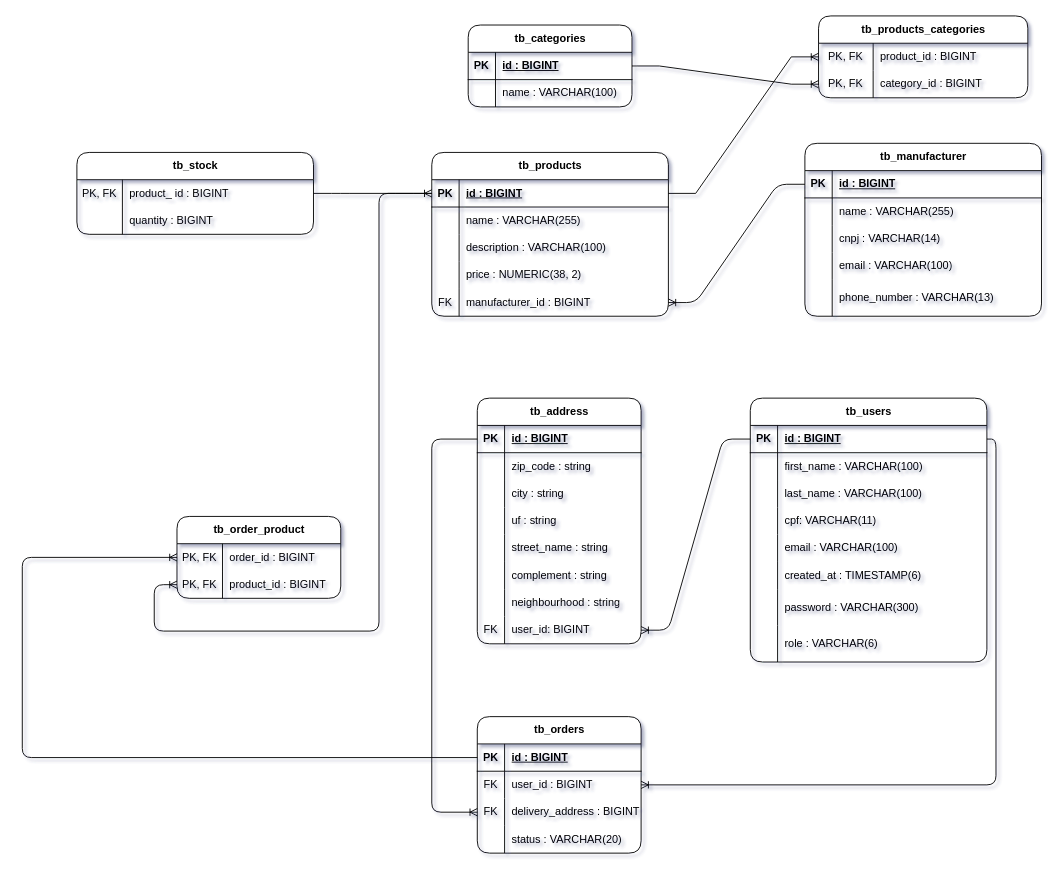
The draw.io diagram MER.drawio in wOL-Lucas/trabalho_jurandir_1, before the edit. Source tidied: cells renumbered, new cells numbered last; positions are measured from the earlier drawing's top-left corner, leaving out a move shared by most shapes. Both pictures are drawn from the tidied source at 91%, with x=0, y=0 at pixel (22, -30).
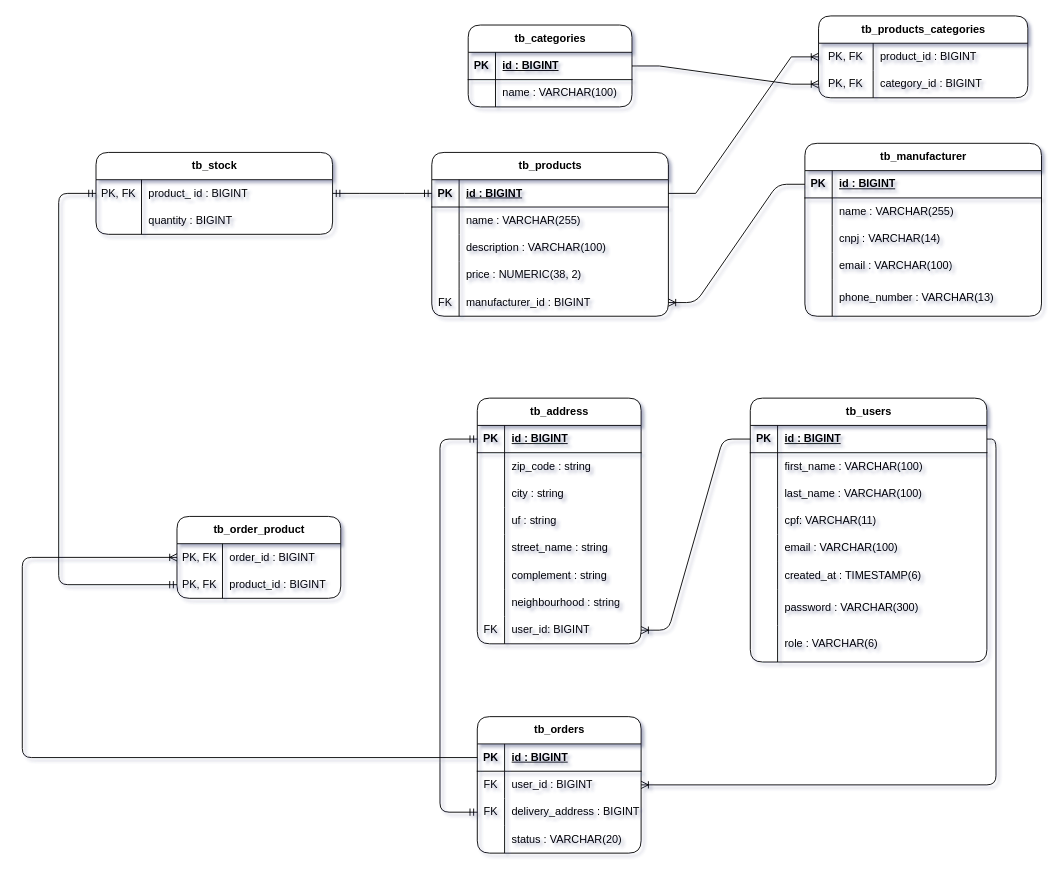
After the change.

Commit message:
fix: changed MER relationships

Unchanged cells that the change refers to:
```xml
<mxCell id="3" style="shape=tableRow;horizontal=0;startSize=0;swimlaneHead=0;swimlaneBody=0;fillColor=none;points=[[0,0.5],[1,0.5]];portConstraint=eastwest;top=0;left=0;right=0;bottom=1;rounded=1;" parent="2" vertex="1">
  <mxGeometry y="30" width="180" height="30" as="geometry" />
</mxCell>
<mxCell id="83" style="shape=tableRow;horizontal=0;startSize=0;swimlaneHead=0;swimlaneBody=0;fillColor=none;points=[[0,0.5],[1,0.5]];portConstraint=eastwest;top=0;left=0;right=0;bottom=1;rounded=1;" parent="82" vertex="1">
  <mxGeometry y="30" width="260" height="30" as="geometry" />
</mxCell>
<mxCell id="99" style="shape=tableRow;horizontal=0;startSize=0;swimlaneHead=0;swimlaneBody=0;fillColor=none;points=[[0,0.5],[1,0.5]];portConstraint=eastwest;top=0;left=0;right=0;bottom=0;rounded=1;" parent="98" vertex="1">
  <mxGeometry y="30" width="260" height="30" as="geometry" />
</mxCell>
<mxCell id="117" style="shape=tableRow;horizontal=0;startSize=0;swimlaneHead=0;swimlaneBody=0;fillColor=none;points=[[0,0.5],[1,0.5]];portConstraint=eastwest;top=0;left=0;right=0;bottom=0;rounded=1;" parent="110" vertex="1">
  <mxGeometry y="90" width="180" height="30" as="geometry" />
</mxCell>
<mxCell id="129" style="shape=tableRow;horizontal=0;startSize=0;swimlaneHead=0;swimlaneBody=0;fillColor=none;points=[[0,0.5],[1,0.5]];portConstraint=eastwest;top=0;left=0;right=0;bottom=0;rounded=1;" parent="125" vertex="1">
  <mxGeometry y="60" width="180" height="30" as="geometry" />
</mxCell>
```

The edit, as a diff of the source:
```diff
@@
     <mxCell id="98" value="tb_stock" style="shape=table;startSize=30;childLayout=tableLayout;rowLines=0;fontStyle=1;align=center;html=1;rounded=1;" parent="1" vertex="1">
-      <mxGeometry x="60" y="200" width="260" height="90" as="geometry" />
+      <mxGeometry x="81" y="200" width="260" height="90" as="geometry" />
     </mxCell>
@@
-    <mxCell id="106" style="edgeStyle=entityRelationEdgeStyle;fontSize=12;html=1;endArrow=ERoneToMany;rounded=1;entryX=0;entryY=0.5;entryDx=0;entryDy=0;exitX=1;exitY=0.5;exitDx=0;exitDy=0;flowAnimation=1;" parent="1" edge="1" source="99" target="83">
-      <mxGeometry relative="1" as="geometry">
-        <Array as="points">
-          <mxPoint x="570" y="20" />
-          <mxPoint x="130" y="30" />
-        </Array>
-      </mxGeometry>
-    </mxCell>
@@
-    <mxCell id="124" style="edgeStyle=orthogonalEdgeStyle;fontSize=12;html=1;endArrow=ERoneToMany;rounded=1;entryX=0;entryY=0.5;entryDx=0;entryDy=0;exitX=0;exitY=0.5;exitDx=0;exitDy=0;flowAnimation=1;" parent="1" edge="1" source="3" target="117">
-      <mxGeometry relative="1" as="geometry">
-        <Array as="points">
-          <mxPoint x="450" y="515" />
-          <mxPoint x="450" y="925" />
-        </Array>
-      </mxGeometry>
-    </mxCell>
@@
-    <mxCell id="133" style="edgeStyle=orthogonalEdgeStyle;fontSize=12;html=1;endArrow=ERoneToMany;rounded=1;entryX=0;entryY=0.5;entryDx=0;entryDy=0;flowAnimation=1;exitX=0;exitY=0.5;exitDx=0;exitDy=0;" parent="1" edge="1" source="83" target="129">
-      <mxGeometry relative="1" as="geometry">
-        <Array as="points">
-          <mxPoint x="392" y="245" />
-          <mxPoint x="392" y="726" />
-          <mxPoint x="145" y="726" />
-          <mxPoint x="145" y="675" />
-        </Array>
-      </mxGeometry>
-    </mxCell>
+    <mxCell id="134" style="edgeStyle=orthogonalEdgeStyle;fontSize=12;html=1;endArrow=ERmandOne;startArrow=ERmandOne;rounded=1;entryX=0;entryY=0.5;entryDx=0;entryDy=0;exitX=0;exitY=0.5;exitDx=0;exitDy=0;curved=0;flowAnimation=1;" parent="1" edge="1" source="129" target="99">
+      <mxGeometry relative="1" as="geometry">
+        <Array as="points">
+          <mxPoint x="40" y="675" />
+          <mxPoint x="40" y="245" />
+        </Array>
+      </mxGeometry>
+    </mxCell>
+    <mxCell id="106" style="edgeStyle=entityRelationEdgeStyle;fontSize=12;html=1;endArrow=ERmandOne;startArrow=ERmandOne;rounded=0;exitX=1;exitY=0.5;exitDx=0;exitDy=0;entryX=0;entryY=0.5;entryDx=0;entryDy=0;flowAnimation=1;" parent="1" edge="1" source="99" target="83">
+      <mxGeometry relative="1" as="geometry" />
+    </mxCell>
+    <mxCell id="135" style="edgeStyle=orthogonalEdgeStyle;fontSize=12;html=1;endArrow=ERmandOne;startArrow=ERmandOne;rounded=1;exitX=0;exitY=0.5;exitDx=0;exitDy=0;entryX=0;entryY=0.5;entryDx=0;entryDy=0;curved=0;flowAnimation=1;" parent="1" edge="1" source="117" target="3">
+      <mxGeometry relative="1" as="geometry">
+        <Array as="points">
+          <mxPoint x="459" y="925" />
+          <mxPoint x="459" y="515" />
+        </Array>
+      </mxGeometry>
+    </mxCell>
```
